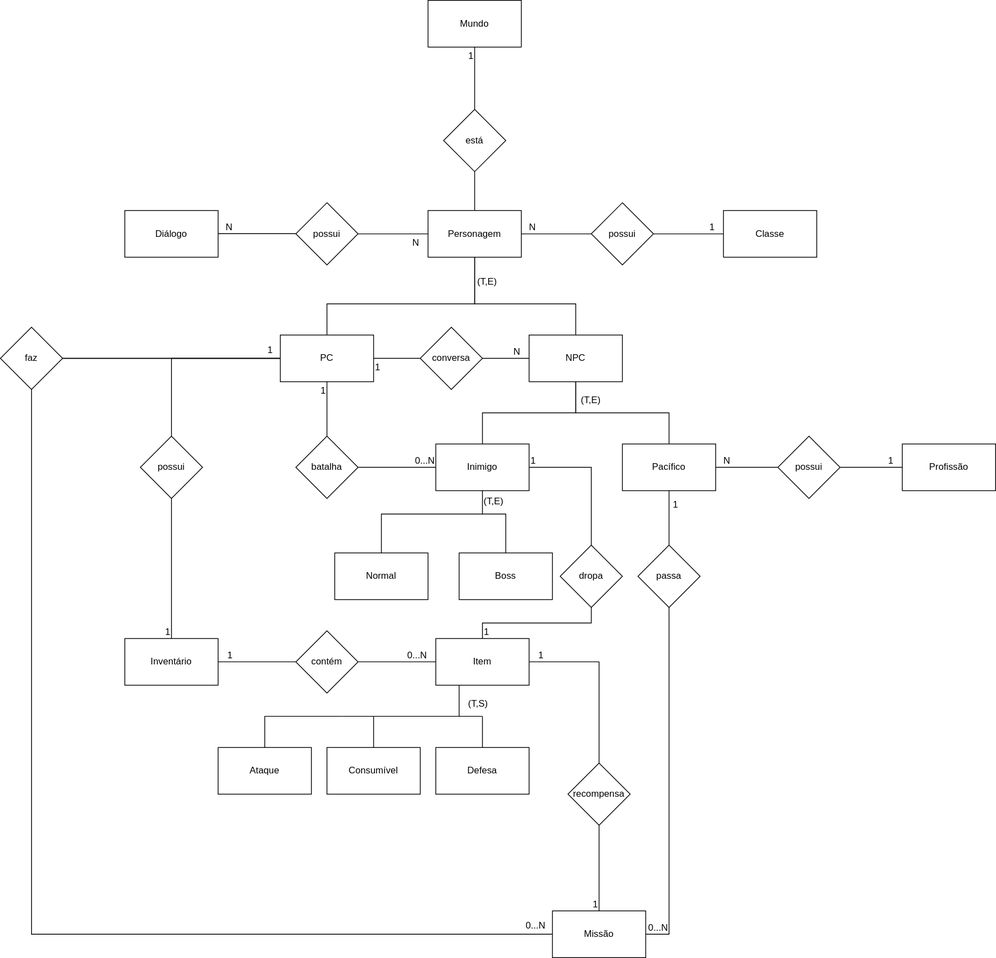
The draw.io diagram docs/modulo_01/DER.drawio.svg in SBD1/2024.2-D-D-classico, before a commit. Source tidied: cells renumbered, new cells last; positions are measured from the earlier drawing's top-left corner, leaving out a move shared by most shapes.
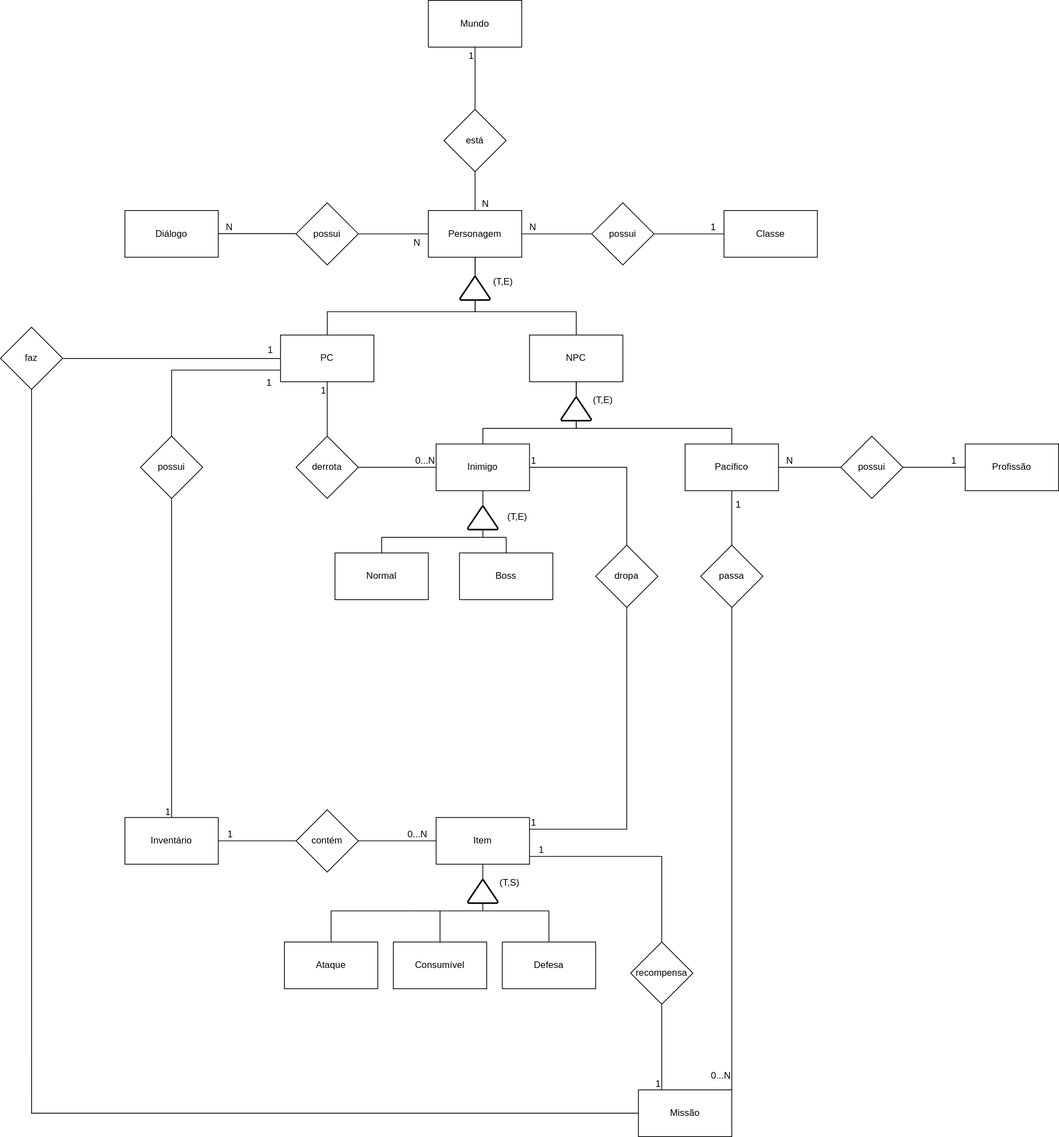
The same file after the commit.

Commit message:
correções no diagrama

Diff of the diagram source:
```diff
@@ -14,28 +14,22 @@
     <mxCell id="5" style="edgeStyle=orthogonalEdgeStyle;rounded=0;jettySize=auto;html=1;endArrow=none;endFill=0;" parent="1" edge="1" source="7" target="11">
       <mxGeometry relative="1" as="geometry">
         <Array as="points">
-          <mxPoint x="610" y="390" />
-          <mxPoint x="420" y="390" />
+          <mxPoint x="610" y="400" />
+          <mxPoint x="420" y="400" />
         </Array>
       </mxGeometry>
     </mxCell>
     <mxCell id="6" style="edgeStyle=orthogonalEdgeStyle;rounded=0;jettySize=auto;html=1;endArrow=none;endFill=0;" parent="1" edge="1" source="7" target="14">
       <mxGeometry relative="1" as="geometry">
         <Array as="points">
-          <mxPoint x="610" y="390" />
-          <mxPoint x="740" y="390" />
+          <mxPoint x="610" y="400" />
+          <mxPoint x="740" y="400" />
         </Array>
       </mxGeometry>
     </mxCell>
     <mxCell id="7" value="Personagem" style="whiteSpace=wrap;html=1;rounded=0;" parent="1" vertex="1">
       <mxGeometry x="550" y="270" width="120" height="60" as="geometry" />
     </mxCell>
-    <mxCell id="8" style="edgeStyle=orthogonalEdgeStyle;rounded=0;jettySize=auto;html=1;endArrow=none;endFill=0;" parent="1" edge="1" source="11" target="22">
-      <mxGeometry relative="1" as="geometry" />
-    </mxCell>
-    <mxCell id="9" style="edgeStyle=orthogonalEdgeStyle;rounded=0;jettySize=auto;html=1;endArrow=none;endFill=0;" parent="1" edge="1" source="11" target="30">
-      <mxGeometry relative="1" as="geometry" />
-    </mxCell>
     <mxCell id="10" style="edgeStyle=orthogonalEdgeStyle;rounded=0;jettySize=auto;html=1;endArrow=none;endFill=0;" parent="1" edge="1" source="11" target="37">
       <mxGeometry relative="1" as="geometry" />
     </mxCell>
@@ -43,10 +37,20 @@
       <mxGeometry x="360" y="430" width="120" height="60" as="geometry" />
     </mxCell>
     <mxCell id="12" style="edgeStyle=orthogonalEdgeStyle;rounded=0;jettySize=auto;html=1;endArrow=none;endFill=0;" parent="1" edge="1" source="14" target="16">
-      <mxGeometry relative="1" as="geometry" />
+      <mxGeometry relative="1" as="geometry">
+        <Array as="points">
+          <mxPoint x="740" y="550" />
+          <mxPoint x="620" y="550" />
+        </Array>
+      </mxGeometry>
     </mxCell>
     <mxCell id="13" style="edgeStyle=orthogonalEdgeStyle;rounded=0;jettySize=auto;html=1;endArrow=none;endFill=0;" parent="1" edge="1" source="14" target="19">
-      <mxGeometry relative="1" as="geometry" />
+      <mxGeometry relative="1" as="geometry">
+        <Array as="points">
+          <mxPoint x="740" y="550" />
+          <mxPoint x="940" y="550" />
+        </Array>
+      </mxGeometry>
     </mxCell>
     <mxCell id="14" value="NPC" style="whiteSpace=wrap;html=1;rounded=0;" parent="1" vertex="1">
       <mxGeometry x="680" y="430" width="120" height="60" as="geometry" />
@@ -54,8 +58,8 @@
     <mxCell id="15" style="edgeStyle=orthogonalEdgeStyle;rounded=0;jettySize=auto;html=1;endArrow=none;endFill=0;" parent="1" edge="1" source="16" target="21">
       <mxGeometry relative="1" as="geometry">
         <Array as="points">
-          <mxPoint x="620" y="660" />
-          <mxPoint x="650" y="660" />
+          <mxPoint x="620" y="690" />
+          <mxPoint x="650" y="690" />
         </Array>
       </mxGeometry>
     </mxCell>
@@ -69,9 +73,9 @@
       <mxGeometry relative="1" as="geometry" />
     </mxCell>
     <mxCell id="19" value="Pacífico" style="whiteSpace=wrap;html=1;rounded=0;" parent="1" vertex="1">
-      <mxGeometry x="800" y="570" width="120" height="60" as="geometry" />
+      <mxGeometry x="880" y="570" width="120" height="60" as="geometry" />
     </mxCell>
-    <mxCell id="20" value="batalha" style="rhombus;whiteSpace=wrap;html=1;rounded=0;" parent="1" vertex="1">
+    <mxCell id="20" value="derrota" style="rhombus;whiteSpace=wrap;html=1;rounded=0;" parent="1" vertex="1">
       <mxGeometry x="380" y="560" width="80" height="80" as="geometry" />
     </mxCell>
     <mxCell id="21" value="Boss" style="whiteSpace=wrap;html=1;rounded=0;" parent="1" vertex="1">
@@ -81,16 +85,16 @@
       <mxGeometry x="180" y="560" width="80" height="80" as="geometry" />
     </mxCell>
     <mxCell id="23" value="Inventário" style="whiteSpace=wrap;html=1;rounded=0;" parent="1" vertex="1">
-      <mxGeometry x="160" y="820" width="120" height="60" as="geometry" />
+      <mxGeometry x="160" y="1050" width="120" height="60" as="geometry" />
     </mxCell>
     <mxCell id="24" value="dropa" style="rhombus;whiteSpace=wrap;html=1;rounded=0;" parent="1" vertex="1">
-      <mxGeometry x="720" y="700" width="80" height="80" as="geometry" />
+      <mxGeometry x="765" y="700" width="80" height="80" as="geometry" />
     </mxCell>
     <mxCell id="25" value="Item" style="whiteSpace=wrap;html=1;rounded=0;" parent="1" vertex="1">
-      <mxGeometry x="560" y="820" width="120" height="60" as="geometry" />
+      <mxGeometry x="560" y="1050" width="120" height="60" as="geometry" />
     </mxCell>
     <mxCell id="26" value="contém" style="rhombus;whiteSpace=wrap;html=1;rounded=0;" parent="1" vertex="1">
-      <mxGeometry x="380" y="810" width="80" height="80" as="geometry" />
+      <mxGeometry x="380" y="1040" width="80" height="80" as="geometry" />
     </mxCell>
     <mxCell id="27" value="possui" style="rhombus;whiteSpace=wrap;html=1;rounded=0;" parent="1" vertex="1">
       <mxGeometry x="380" y="260" width="80" height="80" as="geometry" />
@@ -98,20 +102,14 @@
     <mxCell id="28" value="Diálogo" style="whiteSpace=wrap;html=1;rounded=0;" parent="1" vertex="1">
       <mxGeometry x="160" y="270" width="120" height="60" as="geometry" />
     </mxCell>
-    <mxCell id="29" style="edgeStyle=orthogonalEdgeStyle;rounded=0;jettySize=auto;html=1;exitX=1;exitY=0.5;exitDx=0;exitDy=0;entryX=0;entryY=0.5;entryDx=0;entryDy=0;endArrow=none;endFill=0;" parent="1" edge="1" source="30" target="14">
-      <mxGeometry relative="1" as="geometry" />
-    </mxCell>
-    <mxCell id="30" value="conversa" style="rhombus;whiteSpace=wrap;html=1;rounded=0;" parent="1" vertex="1">
-      <mxGeometry x="540" y="420" width="80" height="80" as="geometry" />
-    </mxCell>
     <mxCell id="31" style="edgeStyle=orthogonalEdgeStyle;rounded=0;jettySize=auto;html=1;endArrow=none;endFill=0;" parent="1" edge="1" source="32" target="33">
       <mxGeometry relative="1" as="geometry" />
     </mxCell>
     <mxCell id="32" value="possui" style="rhombus;whiteSpace=wrap;html=1;rounded=0;" parent="1" vertex="1">
-      <mxGeometry x="1000" y="560" width="80" height="80" as="geometry" />
+      <mxGeometry x="1080" y="560" width="80" height="80" as="geometry" />
     </mxCell>
     <mxCell id="33" value="Profissão" style="whiteSpace=wrap;html=1;rounded=0;" parent="1" vertex="1">
-      <mxGeometry x="1160" y="570" width="120" height="60" as="geometry" />
+      <mxGeometry x="1240" y="570" width="120" height="60" as="geometry" />
     </mxCell>
     <mxCell id="34" value="possui" style="rhombus;whiteSpace=wrap;html=1;rounded=0;" parent="1" vertex="1">
       <mxGeometry x="760" y="260" width="80" height="80" as="geometry" />
@@ -126,16 +124,16 @@
       <mxGeometry y="420" width="80" height="80" as="geometry" />
     </mxCell>
     <mxCell id="38" value="Missão" style="rounded=0;whiteSpace=wrap;html=1;" parent="1" vertex="1">
-      <mxGeometry x="710" y="1170" width="120" height="60" as="geometry" />
+      <mxGeometry x="820" y="1400" width="120" height="60" as="geometry" />
     </mxCell>
-    <mxCell id="39" style="edgeStyle=orthogonalEdgeStyle;rounded=0;jettySize=auto;html=1;exitX=0.5;exitY=1;exitDx=0;exitDy=0;entryX=1;entryY=0.5;entryDx=0;entryDy=0;endArrow=none;endFill=0;" parent="1" edge="1" source="40" target="38">
+    <mxCell id="39" style="edgeStyle=orthogonalEdgeStyle;rounded=0;jettySize=auto;html=1;exitX=0.5;exitY=1;exitDx=0;exitDy=0;entryX=1;entryY=0;entryDx=0;entryDy=0;endArrow=none;endFill=0;" parent="1" edge="1" source="40" target="38">
       <mxGeometry relative="1" as="geometry" />
     </mxCell>
     <mxCell id="40" value="passa" style="rhombus;whiteSpace=wrap;html=1;rounded=0;" parent="1" vertex="1">
-      <mxGeometry x="820" y="700" width="80" height="80" as="geometry" />
+      <mxGeometry x="900" y="700" width="80" height="80" as="geometry" />
     </mxCell>
     <mxCell id="41" value="recompensa" style="rhombus;whiteSpace=wrap;html=1;rounded=0;" parent="1" vertex="1">
-      <mxGeometry x="730" y="980" width="80" height="80" as="geometry" />
+      <mxGeometry x="810" y="1210" width="80" height="80" as="geometry" />
     </mxCell>
     <mxCell id="42" style="endArrow=none;html=1;rounded=0;entryX=0;entryY=0.5;entryDx=0;entryDy=0;" parent="1" edge="1" source="37" target="11">
       <mxGeometry relative="1" as="geometry" />
@@ -199,11 +197,10 @@
         <mxPoint y="20" as="offset" />
       </mxGeometry>
     </mxCell>
-    <mxCell id="57" style="endArrow=none;html=1;rounded=0;exitX=0.5;exitY=1;exitDx=0;exitDy=0;entryX=0.5;entryY=0;entryDx=0;entryDy=0;" parent="1" edge="1" source="24" target="25">
+    <mxCell id="57" style="endArrow=none;html=1;rounded=0;exitX=0.5;exitY=1;exitDx=0;exitDy=0;entryX=1;entryY=0.25;entryDx=0;entryDy=0;" parent="1" edge="1" source="24" target="25">
       <mxGeometry relative="1" as="geometry">
         <Array as="points">
-          <mxPoint x="760" y="800" />
-          <mxPoint x="620" y="800" />
+          <mxPoint x="805" y="1065" />
         </Array>
       </mxGeometry>
     </mxCell>
@@ -215,7 +212,7 @@
     <mxCell id="59" style="endArrow=none;html=1;rounded=0;entryX=1;entryY=0.5;entryDx=0;entryDy=0;exitX=0.5;exitY=0;exitDx=0;exitDy=0;" parent="1" edge="1" source="24" target="16">
       <mxGeometry relative="1" as="geometry">
         <Array as="points">
-          <mxPoint x="760" y="600" />
+          <mxPoint x="805" y="600" />
         </Array>
       </mxGeometry>
     </mxCell>
@@ -238,7 +235,7 @@
         <mxPoint x="2" y="38" as="offset" />
       </mxGeometry>
     </mxCell>
-    <mxCell id="65" value="0...N" style="html=1;whiteSpace=wrap;align=left;verticalAlign=bottom;" parent="1" vertex="1">
+    <mxCell id="65" style="html=1;whiteSpace=wrap;align=left;verticalAlign=bottom;" parent="1" vertex="1">
       <mxGeometry x="240" y="470" as="geometry">
         <mxPoint x="434" y="727" as="offset" />
       </mxGeometry>
@@ -261,10 +258,11 @@
     </mxCell>
     <mxCell id="70" style="endArrow=none;html=1;rounded=0;exitX=0.5;exitY=0;exitDx=0;exitDy=0;" parent="1" edge="1" source="41">
       <mxGeometry relative="1" as="geometry">
-        <mxPoint x="680" y="850" as="targetPoint" />
+        <mxPoint x="680" y="1100" as="targetPoint" />
         <Array as="points">
-          <mxPoint x="770" y="850" />
-          <mxPoint x="680" y="850" />
+          <mxPoint x="850" y="1100" />
+          <mxPoint x="770" y="1100" />
+          <mxPoint x="720" y="1100" />
         </Array>
       </mxGeometry>
     </mxCell>
@@ -273,102 +271,124 @@
         <mxPoint x="20" as="offset" />
       </mxGeometry>
     </mxCell>
-    <mxCell id="72" style="endArrow=none;html=1;rounded=0;exitX=0.5;exitY=1;exitDx=0;exitDy=0;entryX=0.5;entryY=0;entryDx=0;entryDy=0;" parent="1" edge="1" source="41" target="38">
+    <mxCell id="72" style="endArrow=none;html=1;rounded=0;exitX=0.5;exitY=1;exitDx=0;exitDy=0;entryX=0.25;entryY=0;entryDx=0;entryDy=0;" parent="1" edge="1" source="41" target="38">
       <mxGeometry relative="1" as="geometry" />
     </mxCell>
     <mxCell id="73" value="1" style="html=1;whiteSpace=wrap;align=right;verticalAlign=bottom;" parent="72" vertex="1">
       <mxGeometry x="1" relative="1" as="geometry" />
     </mxCell>
     <mxCell id="74" value="0...N" style="html=1;whiteSpace=wrap;align=right;verticalAlign=bottom;" parent="1" vertex="1">
-      <mxGeometry x="860" y="1200" as="geometry" />
+      <mxGeometry x="940" y="1390" as="geometry" />
     </mxCell>
     <mxCell id="75" value="1" style="html=1;whiteSpace=wrap;align=right;verticalAlign=bottom;" parent="1" vertex="1">
-      <mxGeometry x="900" y="660" as="geometry">
+      <mxGeometry x="980" y="660" as="geometry">
         <mxPoint x="-27" y="-4" as="offset" />
       </mxGeometry>
     </mxCell>
     <mxCell id="76" value="1" style="html=1;whiteSpace=wrap;align=right;verticalAlign=bottom;" parent="1" vertex="1">
-      <mxGeometry x="1150" y="600" as="geometry" />
+      <mxGeometry x="1230" y="600" as="geometry" />
     </mxCell>
     <mxCell id="77" value="N" style="html=1;whiteSpace=wrap;align=right;verticalAlign=bottom;" parent="1" vertex="1">
-      <mxGeometry x="940" y="600" as="geometry" />
+      <mxGeometry x="1020" y="600" as="geometry" />
     </mxCell>
-    <mxCell id="78" value="N" style="html=1;whiteSpace=wrap;align=right;verticalAlign=bottom;" parent="1" vertex="1">
-      <mxGeometry x="670" y="460" as="geometry" />
-    </mxCell>
-    <mxCell id="79" value="1" style="html=1;whiteSpace=wrap;align=right;verticalAlign=bottom;" parent="1" vertex="1">
-      <mxGeometry x="490" y="480" as="geometry" />
-    </mxCell>
     <mxCell id="80" value="(T,E)" style="html=1;whiteSpace=wrap;align=right;verticalAlign=bottom;" parent="1" vertex="1">
-      <mxGeometry x="640" y="370" as="geometry" />
+      <mxGeometry x="660" y="370" as="geometry" />
     </mxCell>
     <mxCell id="81" value="(T,E)" style="text;whiteSpace=wrap;html=1;" parent="1" vertex="1">
-      <mxGeometry x="745" y="500" width="60" height="40" as="geometry" />
+      <mxGeometry x="760" y="500" width="60" height="40" as="geometry" />
     </mxCell>
     <mxCell id="82" value="Normal" style="whiteSpace=wrap;html=1;rounded=0;" parent="1" vertex="1">
       <mxGeometry x="430" y="710" width="120" height="60" as="geometry" />
     </mxCell>
     <mxCell id="83" style="endArrow=none;html=1;rounded=0;exitX=0.5;exitY=0;exitDx=0;exitDy=0;" parent="1" edge="1" source="82">
       <mxGeometry relative="1" as="geometry">
-        <mxPoint x="620" y="660" as="targetPoint" />
+        <mxPoint x="620" y="690" as="targetPoint" />
         <Array as="points">
-          <mxPoint x="490" y="660" />
+          <mxPoint x="490" y="690" />
+          <mxPoint x="550" y="690" />
         </Array>
       </mxGeometry>
     </mxCell>
     <mxCell id="84" value="(T,E)" style="text;whiteSpace=wrap;html=1;" parent="1" vertex="1">
-      <mxGeometry x="620" y="630" width="60" height="30" as="geometry" />
+      <mxGeometry x="650" y="650" width="60" height="30" as="geometry" />
     </mxCell>
     <mxCell id="85" value="Consumível" style="whiteSpace=wrap;html=1;rounded=0;" parent="1" vertex="1">
-      <mxGeometry x="420" y="960" width="120" height="60" as="geometry" />
+      <mxGeometry x="505" y="1210" width="120" height="60" as="geometry" />
     </mxCell>
     <mxCell id="86" value="Defesa" style="whiteSpace=wrap;html=1;rounded=0;" parent="1" vertex="1">
-      <mxGeometry x="560" y="960" width="120" height="60" as="geometry" />
+      <mxGeometry x="645" y="1210" width="120" height="60" as="geometry" />
     </mxCell>
-    <mxCell id="87" style="endArrow=none;html=1;rounded=0;exitX=0.25;exitY=1;exitDx=0;exitDy=0;" parent="1" edge="1" source="25">
+    <mxCell id="87" style="endArrow=none;html=1;rounded=0;exitX=0.5;exitY=1;exitDx=0;exitDy=0;" parent="1" edge="1" source="99">
       <mxGeometry relative="1" as="geometry">
-        <mxPoint x="590" y="920" as="targetPoint" />
-        <Array as="points">
-          <mxPoint x="590" y="900" />
-        </Array>
+        <mxPoint x="620" y="1170" as="targetPoint" />
       </mxGeometry>
     </mxCell>
     <mxCell id="88" style="endArrow=none;html=1;rounded=0;" parent="1" edge="1">
       <mxGeometry relative="1" as="geometry">
-        <mxPoint x="440" y="920" as="sourcePoint" />
-        <mxPoint x="620" y="920" as="targetPoint" />
+        <mxPoint x="525" y="1170" as="sourcePoint" />
+        <mxPoint x="705" y="1170" as="targetPoint" />
         <Array as="points">
-          <mxPoint x="620" y="920" />
+          <mxPoint x="705" y="1170" />
         </Array>
       </mxGeometry>
     </mxCell>
     <mxCell id="89" style="endArrow=none;html=1;rounded=0;exitX=0.5;exitY=0;exitDx=0;exitDy=0;" parent="1" edge="1" source="85">
       <mxGeometry relative="1" as="geometry">
-        <mxPoint x="480" y="920" as="targetPoint" />
+        <mxPoint x="565" y="1170" as="targetPoint" />
       </mxGeometry>
     </mxCell>
     <mxCell id="90" style="endArrow=none;html=1;rounded=0;entryX=0.5;entryY=0;entryDx=0;entryDy=0;" parent="1" edge="1" target="86">
       <mxGeometry relative="1" as="geometry">
-        <mxPoint x="620" y="920" as="sourcePoint" />
+        <mxPoint x="705" y="1170" as="sourcePoint" />
         <Array as="points">
-          <mxPoint x="620" y="920" />
+          <mxPoint x="705" y="1170" />
         </Array>
       </mxGeometry>
     </mxCell>
     <mxCell id="91" value="Ataque" style="whiteSpace=wrap;html=1;rounded=0;" parent="1" vertex="1">
-      <mxGeometry x="280" y="960" width="120" height="60" as="geometry" />
+      <mxGeometry x="365" y="1210" width="120" height="60" as="geometry" />
     </mxCell>
     <mxCell id="92" style="endArrow=none;html=1;rounded=0;exitX=0.5;exitY=0;exitDx=0;exitDy=0;" parent="1" edge="1" source="91">
       <mxGeometry relative="1" as="geometry">
-        <mxPoint x="340" y="920" as="targetPoint" />
+        <mxPoint x="425" y="1170" as="targetPoint" />
         <Array as="points">
-          <mxPoint x="340" y="920" />
-          <mxPoint x="440" y="920" />
+          <mxPoint x="425" y="1170" />
+          <mxPoint x="525" y="1170" />
         </Array>
       </mxGeometry>
     </mxCell>
     <mxCell id="93" value="(T,S)" style="text;whiteSpace=wrap;html=1;" parent="1" vertex="1">
-      <mxGeometry x="600" y="890" width="60" height="30" as="geometry" />
+      <mxGeometry x="640" y="1120" width="60" height="30" as="geometry" />
     </mxCell>
+    <mxCell id="94" style="endArrow=none;html=1;rounded=0;entryX=0;entryY=0.75;entryDx=0;entryDy=0;exitX=0.5;exitY=0;exitDx=0;exitDy=0;" parent="1" edge="1" source="22" target="11">
+      <mxGeometry relative="1" as="geometry">
+        <Array as="points">
+          <mxPoint x="220" y="475" />
+        </Array>
+      </mxGeometry>
+    </mxCell>
+    <mxCell id="79" value="1" style="html=1;whiteSpace=wrap;align=right;verticalAlign=bottom;" parent="94" vertex="1">
+      <mxGeometry x="1" relative="1" as="geometry">
+        <mxPoint x="-10" y="25" as="offset" />
+      </mxGeometry>
+    </mxCell>
+    <mxCell id="95" style="strokeWidth=2;html=1;shape=mxgraph.flowchart.extract_or_measurement;whiteSpace=wrap;" parent="1" vertex="1">
+      <mxGeometry x="720.8" y="510" width="38.5" height="30" as="geometry" />
+    </mxCell>
+    <mxCell id="96" style="strokeWidth=2;html=1;shape=mxgraph.flowchart.extract_or_measurement;whiteSpace=wrap;" parent="1" vertex="1">
+      <mxGeometry x="590.8" y="355" width="38.5" height="30" as="geometry" />
+    </mxCell>
+    <mxCell id="97" style="strokeWidth=2;html=1;shape=mxgraph.flowchart.extract_or_measurement;whiteSpace=wrap;" parent="1" vertex="1">
+      <mxGeometry x="600.8" y="650" width="38.5" height="30" as="geometry" />
+    </mxCell>
+    <mxCell id="98" style="endArrow=none;html=1;rounded=0;exitX=0.5;exitY=1;exitDx=0;exitDy=0;" parent="1" edge="1" source="25" target="99">
+      <mxGeometry relative="1" as="geometry" />
+    </mxCell>
+    <mxCell id="99" style="strokeWidth=2;html=1;shape=mxgraph.flowchart.extract_or_measurement;whiteSpace=wrap;" parent="1" vertex="1">
+      <mxGeometry x="600.8" y="1130" width="38.5" height="30" as="geometry" />
+    </mxCell>
+    <mxCell id="78" value="N" style="html=1;whiteSpace=wrap;align=right;verticalAlign=bottom;" parent="1" vertex="1">
+      <mxGeometry x="629.2" y="270" as="geometry" />
+    </mxCell>
   </root>
 </mxGraphModel>
```
